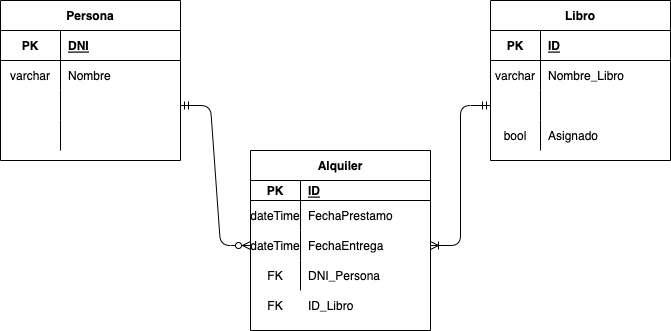
Earlier version of the draw.io export DB/BD1tm/diagrama.drawio.png (tiagov07/c1-tm). Source tidied: cells renumbered, new cells last; positions are measured from the earlier drawing's top-left corner, leaving out a move shared by most shapes. The source it was exported from:
```xml
<mxGraphModel>
  <root>
    <mxCell id="0" />
    <mxCell id="1" parent="0" />
    <mxCell id="2" value="Persona" style="shape=table;startSize=30;rowLines=0;fontStyle=1;align=center;" parent="1" vertex="1">
      <mxGeometry width="180" height="160" as="geometry" />
    </mxCell>
    <mxCell id="3" style="shape=partialRectangle;fillColor=none;top=0;left=0;bottom=1;right=0;" parent="2" vertex="1">
      <mxGeometry y="30" width="180" height="30" as="geometry" />
    </mxCell>
    <mxCell id="4" value="PK" style="shape=partialRectangle;fillColor=none;top=0;left=0;bottom=0;right=0;fontStyle=1;overflow=hidden;" parent="3" vertex="1">
      <mxGeometry width="60" height="30" as="geometry" />
    </mxCell>
    <mxCell id="5" value="DNI" style="shape=partialRectangle;fillColor=none;top=0;left=0;bottom=0;right=0;align=left;spacingLeft=6;fontStyle=5;overflow=hidden;" parent="3" vertex="1">
      <mxGeometry x="60" width="120" height="30" as="geometry" />
    </mxCell>
    <mxCell id="6" style="shape=partialRectangle;fillColor=none;top=0;left=0;bottom=0;right=0;" parent="2" vertex="1">
      <mxGeometry y="60" width="180" height="30" as="geometry" />
    </mxCell>
    <mxCell id="7" value="varchar" style="shape=partialRectangle;fillColor=none;top=0;left=0;bottom=0;right=0;overflow=hidden;" parent="6" vertex="1">
      <mxGeometry width="60" height="30" as="geometry" />
    </mxCell>
    <mxCell id="8" value="Nombre" style="shape=partialRectangle;fillColor=none;top=0;left=0;bottom=0;right=0;align=left;spacingLeft=6;overflow=hidden;" parent="6" vertex="1">
      <mxGeometry x="60" width="120" height="30" as="geometry" />
    </mxCell>
    <mxCell id="9" style="shape=partialRectangle;fillColor=none;top=0;left=0;bottom=0;right=0;points=[[0,0.5],[1,0.5]];portConstraint=eastwest;" parent="2" vertex="1">
      <mxGeometry y="90" width="180" height="30" as="geometry" />
    </mxCell>
    <mxCell id="10" style="shape=partialRectangle;fillColor=none;top=0;left=0;bottom=0;right=0;overflow=hidden;" parent="9" vertex="1">
      <mxGeometry width="60" height="30" as="geometry" />
    </mxCell>
    <mxCell id="11" style="shape=partialRectangle;fillColor=none;top=0;left=0;bottom=0;right=0;align=left;spacingLeft=6;overflow=hidden;" parent="9" vertex="1">
      <mxGeometry x="60" width="120" height="30" as="geometry" />
    </mxCell>
    <mxCell id="12" style="shape=partialRectangle;fillColor=none;top=0;left=0;bottom=0;right=0;" parent="2" vertex="1">
      <mxGeometry y="120" width="180" height="30" as="geometry" />
    </mxCell>
    <mxCell id="13" style="shape=partialRectangle;fillColor=none;top=0;left=0;bottom=0;right=0;overflow=hidden;" parent="12" vertex="1">
      <mxGeometry width="60" height="30" as="geometry" />
    </mxCell>
    <mxCell id="14" style="shape=partialRectangle;fillColor=none;top=0;left=0;bottom=0;right=0;align=left;spacingLeft=6;overflow=hidden;" parent="12" vertex="1">
      <mxGeometry x="60" width="120" height="30" as="geometry" />
    </mxCell>
    <mxCell id="15" value="Libro" style="shape=table;startSize=30;rowLines=0;fontStyle=1;align=center;" parent="1" vertex="1">
      <mxGeometry x="490" width="180" height="160" as="geometry" />
    </mxCell>
    <mxCell id="16" style="shape=partialRectangle;fillColor=none;top=0;left=0;bottom=1;right=0;" parent="15" vertex="1">
      <mxGeometry y="30" width="180" height="30" as="geometry" />
    </mxCell>
    <mxCell id="17" value="PK" style="shape=partialRectangle;fillColor=none;top=0;left=0;bottom=0;right=0;fontStyle=1;overflow=hidden;" parent="16" vertex="1">
      <mxGeometry width="50" height="30" as="geometry" />
    </mxCell>
    <mxCell id="18" value="ID" style="shape=partialRectangle;fillColor=none;top=0;left=0;bottom=0;right=0;align=left;spacingLeft=6;fontStyle=5;overflow=hidden;" parent="16" vertex="1">
      <mxGeometry x="50" width="130" height="30" as="geometry" />
    </mxCell>
    <mxCell id="19" style="shape=partialRectangle;fillColor=none;top=0;left=0;bottom=0;right=0;" parent="15" vertex="1">
      <mxGeometry y="60" width="180" height="30" as="geometry" />
    </mxCell>
    <mxCell id="20" value="varchar" style="shape=partialRectangle;fillColor=none;top=0;left=0;bottom=0;right=0;overflow=hidden;" parent="19" vertex="1">
      <mxGeometry width="50" height="30" as="geometry" />
    </mxCell>
    <mxCell id="21" value="Nombre_Libro" style="shape=partialRectangle;fillColor=none;top=0;left=0;bottom=0;right=0;align=left;spacingLeft=6;overflow=hidden;" parent="19" vertex="1">
      <mxGeometry x="50" width="130" height="30" as="geometry" />
    </mxCell>
    <mxCell id="22" style="shape=partialRectangle;fillColor=none;top=0;left=0;bottom=0;right=0;points=[[0,0.5],[1,0.5]];portConstraint=eastwest;" parent="15" vertex="1">
      <mxGeometry y="90" width="180" height="30" as="geometry" />
    </mxCell>
    <mxCell id="23" style="shape=partialRectangle;fillColor=none;top=0;left=0;bottom=0;right=0;overflow=hidden;" parent="22" vertex="1">
      <mxGeometry width="50" height="30" as="geometry" />
    </mxCell>
    <mxCell id="24" style="shape=partialRectangle;fillColor=none;top=0;left=0;bottom=0;right=0;align=left;spacingLeft=6;overflow=hidden;" parent="22" vertex="1">
      <mxGeometry x="50" width="130" height="30" as="geometry" />
    </mxCell>
    <mxCell id="25" style="shape=partialRectangle;fillColor=none;top=0;left=0;bottom=0;right=0;" parent="15" vertex="1">
      <mxGeometry y="120" width="180" height="30" as="geometry" />
    </mxCell>
    <mxCell id="26" value="bool" style="shape=partialRectangle;fillColor=none;top=0;left=0;bottom=0;right=0;overflow=hidden;" parent="25" vertex="1">
      <mxGeometry width="50" height="30" as="geometry" />
    </mxCell>
    <mxCell id="27" value="Asignado" style="shape=partialRectangle;fillColor=none;top=0;left=0;bottom=0;right=0;align=left;spacingLeft=6;overflow=hidden;" parent="25" vertex="1">
      <mxGeometry x="50" width="130" height="30" as="geometry" />
    </mxCell>
    <mxCell id="28" value="Alquiler" style="shape=table;startSize=30;rowLines=0;fontStyle=1;align=center;" parent="1" vertex="1">
      <mxGeometry x="250" y="150" width="180" height="180" as="geometry" />
    </mxCell>
    <mxCell id="29" style="shape=partialRectangle;fillColor=none;top=0;left=0;bottom=1;right=0;" parent="28" vertex="1">
      <mxGeometry y="30" width="180" height="20" as="geometry" />
    </mxCell>
    <mxCell id="30" value="PK" style="shape=partialRectangle;fillColor=none;top=0;left=0;bottom=0;right=0;fontStyle=1;overflow=hidden;" parent="29" vertex="1">
      <mxGeometry width="50" height="20" as="geometry" />
    </mxCell>
    <mxCell id="31" value="ID" style="shape=partialRectangle;fillColor=none;top=0;left=0;bottom=0;right=0;align=left;spacingLeft=6;fontStyle=5;overflow=hidden;" parent="29" vertex="1">
      <mxGeometry x="50" width="130" height="20" as="geometry" />
    </mxCell>
    <mxCell id="32" style="shape=partialRectangle;fillColor=none;top=0;left=0;bottom=0;right=0;" parent="28" vertex="1">
      <mxGeometry y="50" width="180" height="30" as="geometry" />
    </mxCell>
    <mxCell id="33" value="dateTime" style="shape=partialRectangle;fillColor=none;top=0;left=0;bottom=0;right=0;overflow=hidden;" parent="32" vertex="1">
      <mxGeometry width="50" height="30" as="geometry" />
    </mxCell>
    <mxCell id="34" value="FechaPrestamo" style="shape=partialRectangle;fillColor=none;top=0;left=0;bottom=0;right=0;align=left;spacingLeft=6;overflow=hidden;" parent="32" vertex="1">
      <mxGeometry x="50" width="130" height="30" as="geometry" />
    </mxCell>
    <mxCell id="35" style="shape=partialRectangle;fillColor=none;top=0;left=0;bottom=0;right=0;points=[[0,0.5],[1,0.5]];portConstraint=eastwest;" parent="28" vertex="1">
      <mxGeometry y="80" width="180" height="30" as="geometry" />
    </mxCell>
    <mxCell id="36" value="dateTime" style="shape=partialRectangle;fillColor=none;top=0;left=0;bottom=0;right=0;overflow=hidden;" parent="35" vertex="1">
      <mxGeometry width="50" height="30" as="geometry" />
    </mxCell>
    <mxCell id="37" value="FechaEntrega" style="shape=partialRectangle;fillColor=none;top=0;left=0;bottom=0;right=0;align=left;spacingLeft=6;overflow=hidden;" parent="35" vertex="1">
      <mxGeometry x="50" width="130" height="30" as="geometry" />
    </mxCell>
    <mxCell id="38" style="shape=partialRectangle;fillColor=none;top=0;left=0;bottom=0;right=0;" parent="28" vertex="1">
      <mxGeometry y="110" width="180" height="30" as="geometry" />
    </mxCell>
    <mxCell id="39" value="FK" style="shape=partialRectangle;fillColor=none;top=0;left=0;bottom=0;right=0;overflow=hidden;" parent="38" vertex="1">
      <mxGeometry width="50" height="30" as="geometry" />
    </mxCell>
    <mxCell id="40" value="DNI_Persona" style="shape=partialRectangle;fillColor=none;top=0;left=0;bottom=0;right=0;align=left;spacingLeft=6;overflow=hidden;" parent="38" vertex="1">
      <mxGeometry x="50" width="130" height="30" as="geometry" />
    </mxCell>
    <mxCell id="41" value="ID_Libro" style="shape=partialRectangle;fillColor=none;top=0;left=0;bottom=0;right=0;align=left;spacingLeft=6;overflow=hidden;" parent="1" vertex="1">
      <mxGeometry x="300" y="290" width="130" height="30" as="geometry" />
    </mxCell>
    <mxCell id="42" value="FK" style="shape=partialRectangle;fillColor=none;top=0;left=0;bottom=0;right=0;overflow=hidden;" parent="1" vertex="1">
      <mxGeometry x="250" y="290" width="50" height="30" as="geometry" />
    </mxCell>
    <mxCell id="43" style="edgeStyle=entityRelationEdgeStyle;fontSize=12;html=1;endArrow=ERzeroToMany;startArrow=ERmandOne;exitX=1;exitY=0.5;exitDx=0;exitDy=0;" parent="1" edge="1" source="9" target="35">
      <mxGeometry relative="1" as="geometry" />
    </mxCell>
    <mxCell id="44" style="edgeStyle=entityRelationEdgeStyle;fontSize=12;html=1;endArrow=ERoneToMany;startArrow=ERmandOne;entryX=1;entryY=0.5;entryDx=0;entryDy=0;exitX=0;exitY=0.5;exitDx=0;exitDy=0;" parent="1" edge="1" source="22" target="35">
      <mxGeometry relative="1" as="geometry" />
    </mxCell>
  </root>
</mxGraphModel>
```
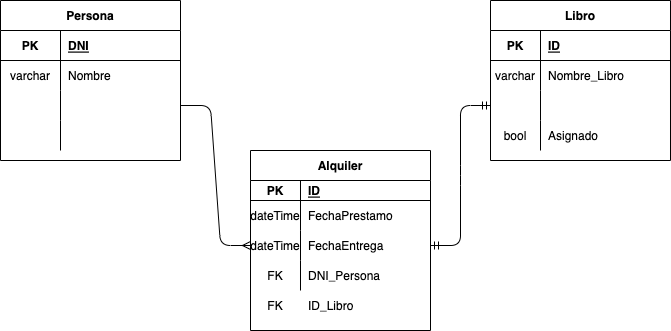
After the change.

Commit message:
practice 1 updating realtion SQL

Change to the diagram source:
```diff
@@ -125,11 +125,11 @@
     <mxCell id="42" value="FK" style="shape=partialRectangle;fillColor=none;top=0;left=0;bottom=0;right=0;overflow=hidden;" parent="1" vertex="1">
       <mxGeometry x="250" y="290" width="50" height="30" as="geometry" />
     </mxCell>
-    <mxCell id="43" style="edgeStyle=entityRelationEdgeStyle;fontSize=12;html=1;endArrow=ERzeroToMany;startArrow=ERmandOne;exitX=1;exitY=0.5;exitDx=0;exitDy=0;" parent="1" edge="1" source="9" target="35">
+    <mxCell id="43" style="edgeStyle=entityRelationEdgeStyle;fontSize=12;html=1;endArrow=ERmany;exitX=1;exitY=0.5;exitDx=0;exitDy=0;entryX=0;entryY=0.5;entryDx=0;entryDy=0;" parent="1" edge="1" source="9" target="35">
       <mxGeometry relative="1" as="geometry" />
     </mxCell>
-    <mxCell id="44" style="edgeStyle=entityRelationEdgeStyle;fontSize=12;html=1;endArrow=ERoneToMany;startArrow=ERmandOne;entryX=1;entryY=0.5;entryDx=0;entryDy=0;exitX=0;exitY=0.5;exitDx=0;exitDy=0;" parent="1" edge="1" source="22" target="35">
-      <mxGeometry relative="1" as="geometry" />
-    </mxCell>
+    <mxCell id="45" style="edgeStyle=entityRelationEdgeStyle;fontSize=12;html=1;endArrow=ERmandOne;startArrow=ERmandOne;exitX=1;exitY=0.5;exitDx=0;exitDy=0;" parent="1" edge="1" source="35" target="22">
+      <mxGeometry relative="1" as="geometry" />
+    </mxCell>
   </root>
 </mxGraphModel>
```
